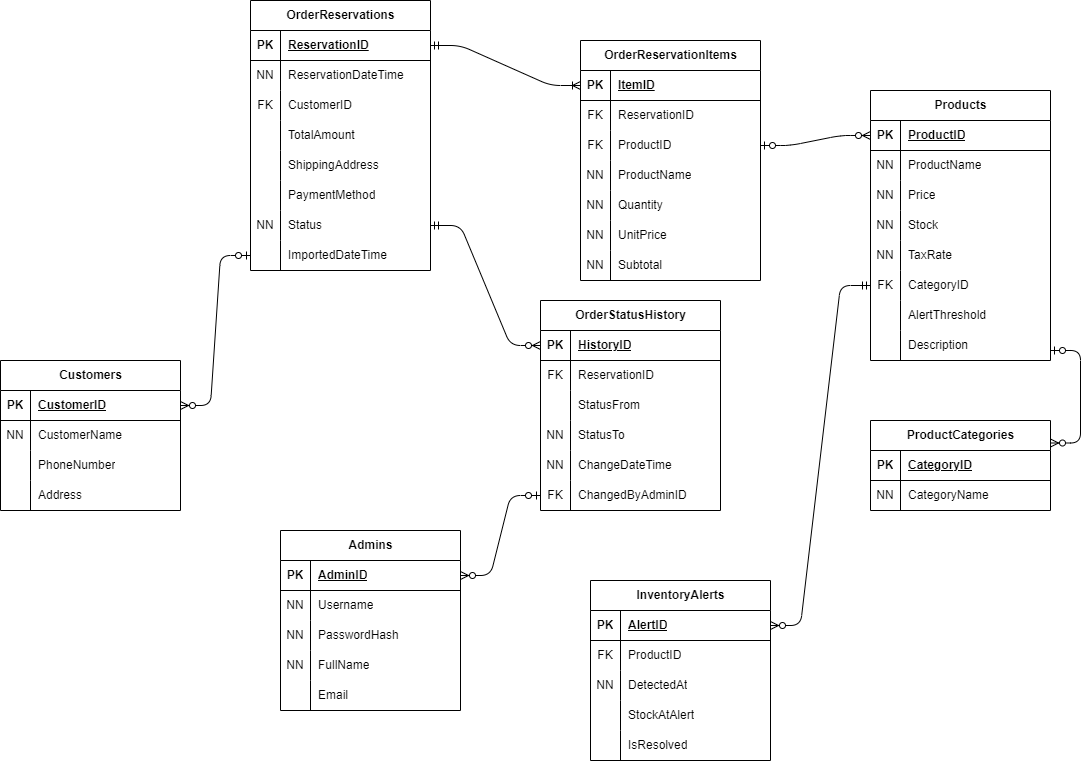
Earlier version of the draw.io export docs/diagrams/ERD.drawio.png (ASK-STEM-official/20_Jakunen_Demo). Source tidied: cells renumbered, new cells last; positions are measured from the earlier drawing's top-left corner, leaving out a move shared by most shapes.
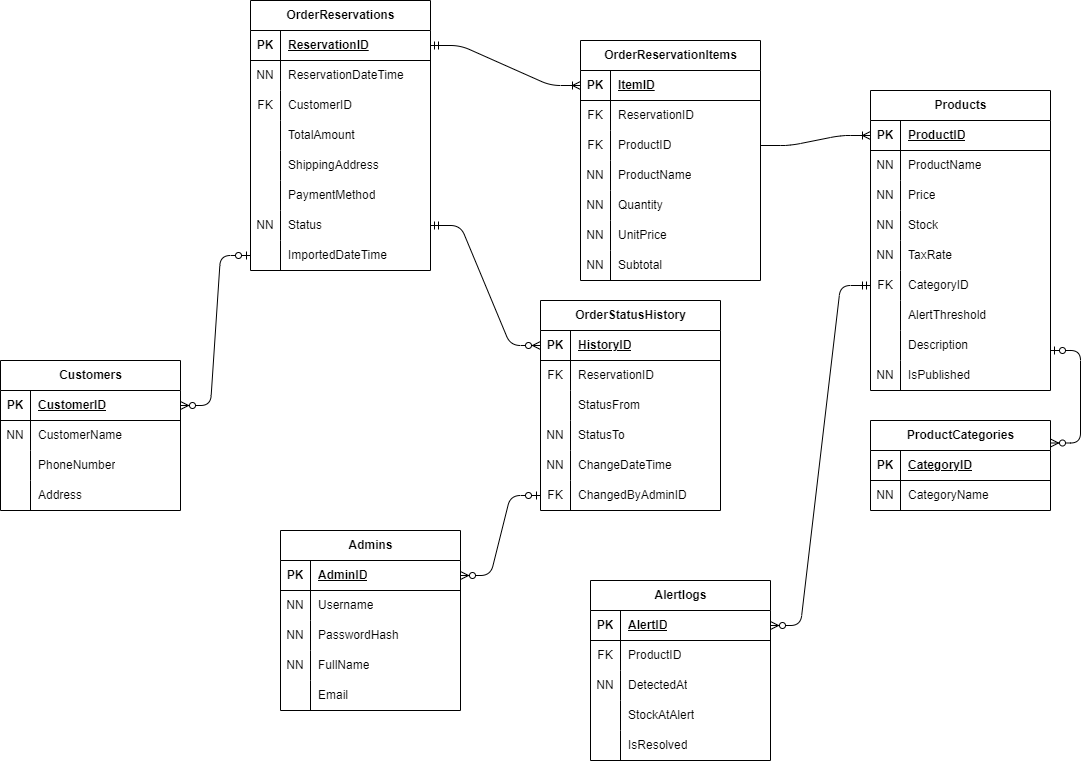
The same diagram one commit later.

Commit message:
テーブル名とTaxRateの修正,出品中フラグの追加

The edit, as a diff of the source:
```diff
@@ -249,7 +249,7 @@
       <mxGeometry x="30" width="150" height="30" as="geometry" />
     </mxCell>
     <mxCell id="84" value="Products" style="shape=table;startSize=30;rowLines=0;fontStyle=1;align=center;html=1;" parent="1" vertex="1">
-      <mxGeometry x="890" y="90" width="180" height="270" as="geometry" />
+      <mxGeometry x="890" y="90" width="180" height="300" as="geometry" />
     </mxCell>
     <mxCell id="85" style="shape=tableRow;horizontal=0;startSize=0;swimlaneHead=0;swimlaneBody=0;fillColor=none;points=[[0,0.5],[1,0.5]];portConstraint=eastwest;top=0;left=0;right=0;bottom=1;" parent="84" vertex="1">
       <mxGeometry y="30" width="180" height="30" as="geometry" />
@@ -323,6 +323,15 @@
     <mxCell id="108" value="Description" style="shape=partialRectangle;fillColor=none;top=0;left=0;bottom=0;right=0;align=left;spacingLeft=6;overflow=hidden;whiteSpace=wrap;html=1;" parent="106" vertex="1">
       <mxGeometry x="30" width="150" height="30" as="geometry" />
     </mxCell>
+    <mxCell id="152" style="shape=tableRow;horizontal=0;startSize=0;swimlaneHead=0;swimlaneBody=0;fillColor=none;top=0;left=0;right=0;bottom=0;" parent="84" vertex="1">
+      <mxGeometry y="270" width="180" height="30" as="geometry" />
+    </mxCell>
+    <mxCell id="153" value="NN" style="shape=partialRectangle;fillColor=none;top=0;left=0;bottom=0;right=0;overflow=hidden;whiteSpace=wrap;html=1;" parent="152" vertex="1">
+      <mxGeometry width="30" height="30" as="geometry" />
+    </mxCell>
+    <mxCell id="154" value="IsPublished" style="shape=partialRectangle;fillColor=none;top=0;left=0;bottom=0;right=0;align=left;spacingLeft=6;overflow=hidden;whiteSpace=wrap;html=1;" parent="152" vertex="1">
+      <mxGeometry x="30" width="150" height="30" as="geometry" />
+    </mxCell>
     <mxCell id="109" value="ProductCategories" style="shape=table;startSize=30;rowLines=0;fontStyle=1;align=center;html=1;" parent="1" vertex="1">
       <mxGeometry x="890" y="420" width="180" height="90" as="geometry" />
     </mxCell>
@@ -383,7 +392,7 @@
     <mxCell id="128" value="Address" style="shape=partialRectangle;fillColor=none;top=0;left=0;bottom=0;right=0;align=left;spacingLeft=6;overflow=hidden;whiteSpace=wrap;html=1;" parent="126" vertex="1">
       <mxGeometry x="30" width="150" height="30" as="geometry" />
     </mxCell>
-    <mxCell id="129" value="InventoryAlerts" style="shape=table;startSize=30;rowLines=0;fontStyle=1;align=center;html=1;" parent="1" vertex="1">
+    <mxCell id="129" value="Alertlogs" style="shape=table;startSize=30;rowLines=0;fontStyle=1;align=center;html=1;" parent="1" vertex="1">
       <mxGeometry x="610" y="580" width="180" height="180" as="geometry" />
     </mxCell>
     <mxCell id="130" style="shape=tableRow;horizontal=0;startSize=0;swimlaneHead=0;swimlaneBody=0;fillColor=none;points=[[0,0.5],[1,0.5]];portConstraint=eastwest;top=0;left=0;right=0;bottom=1;" parent="129" vertex="1">
@@ -455,15 +464,6 @@
         </Array>
       </mxGeometry>
     </mxCell>
-    <mxCell id="148" style="edgeStyle=entityRelationEdgeStyle;fontSize=12;html=1;endArrow=ERzeroToMany;startArrow=ERzeroToOne;exitX=1;exitY=0.5;exitDx=0;exitDy=0;entryX=0;entryY=0.5;entryDx=0;entryDy=0;" parent="1" edge="1" source="34" target="85">
-      <mxGeometry relative="1" as="geometry">
-        <Array as="points">
-          <mxPoint x="160" y="270" />
-          <mxPoint x="10" y="340" />
-          <mxPoint x="150" y="260" />
-        </Array>
-      </mxGeometry>
-    </mxCell>
     <mxCell id="149" style="edgeStyle=entityRelationEdgeStyle;fontSize=12;html=1;endArrow=ERzeroToMany;startArrow=ERzeroToOne;entryX=1;entryY=0.25;entryDx=0;entryDy=0;" parent="1" edge="1" target="109">
       <mxGeometry relative="1" as="geometry">
         <mxPoint x="1070" y="350" as="sourcePoint" />
@@ -482,5 +482,8 @@
     <mxCell id="151" style="edgeStyle=entityRelationEdgeStyle;fontSize=12;html=1;endArrow=ERzeroToMany;startArrow=ERzeroToOne;exitX=0;exitY=0.5;exitDx=0;exitDy=0;entryX=1;entryY=0.5;entryDx=0;entryDy=0;" parent="1" edge="1" source="65" target="69">
       <mxGeometry relative="1" as="geometry" />
     </mxCell>
+    <mxCell id="148" style="edgeStyle=entityRelationEdgeStyle;fontSize=12;html=1;endArrow=ERoneToMany;exitX=1;exitY=0.5;exitDx=0;exitDy=0;entryX=0;entryY=0.5;entryDx=0;entryDy=0;" parent="1" edge="1" source="34" target="85">
+      <mxGeometry relative="1" as="geometry" />
+    </mxCell>
   </root>
 </mxGraphModel>
```
